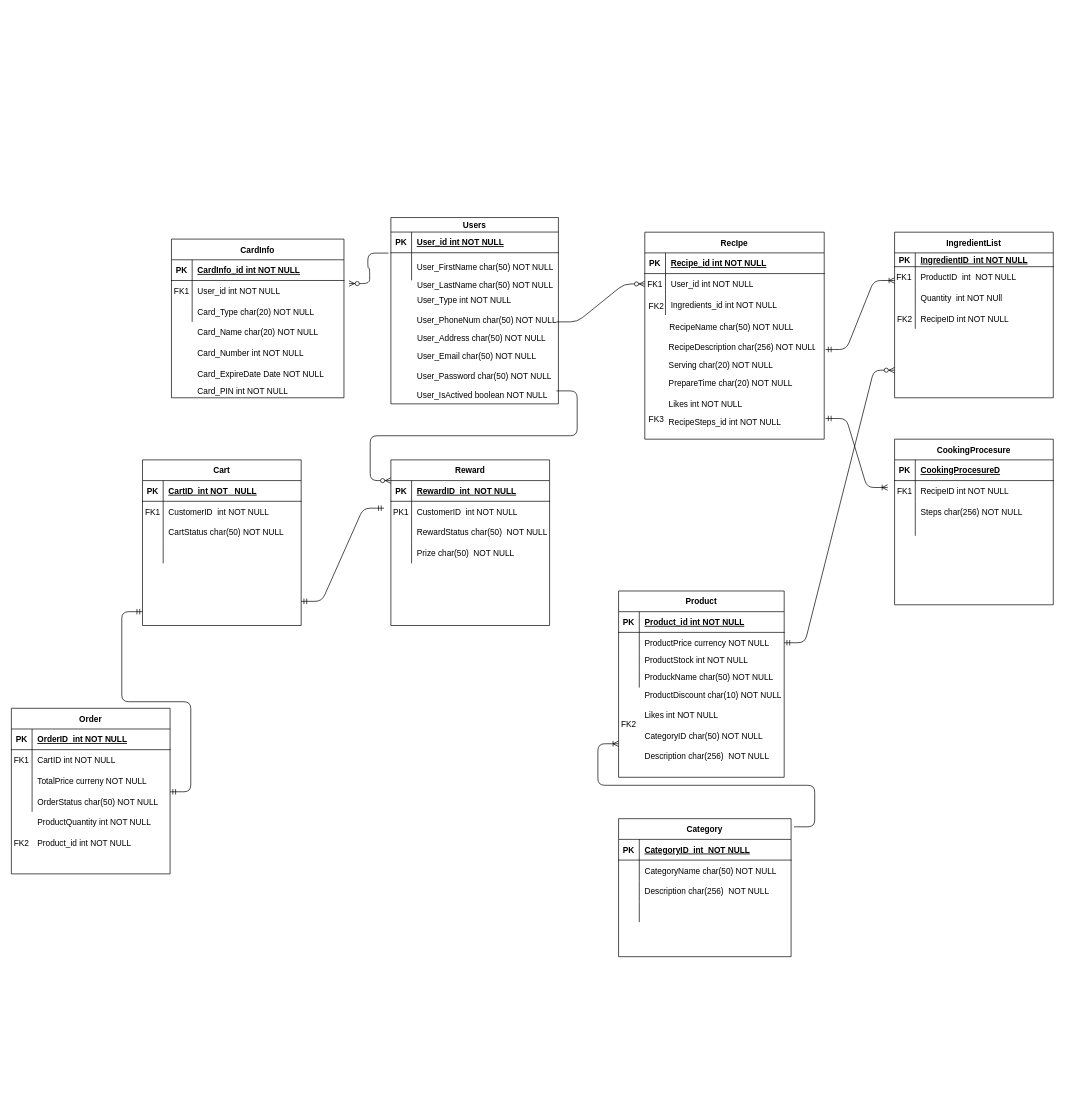
The draw.io diagram page "Page-1" (1 of 2) of ERD.drawio in Wavergg/721SoftwareEngineering, before the edit. Source tidied: cells renumbered, new cells numbered last; positions are measured from the earlier drawing's top-left corner, leaving out a move shared by most shapes. Both pictures are drawn from the tidied source at 69%, with x=0, y=0 at pixel (11, 217).
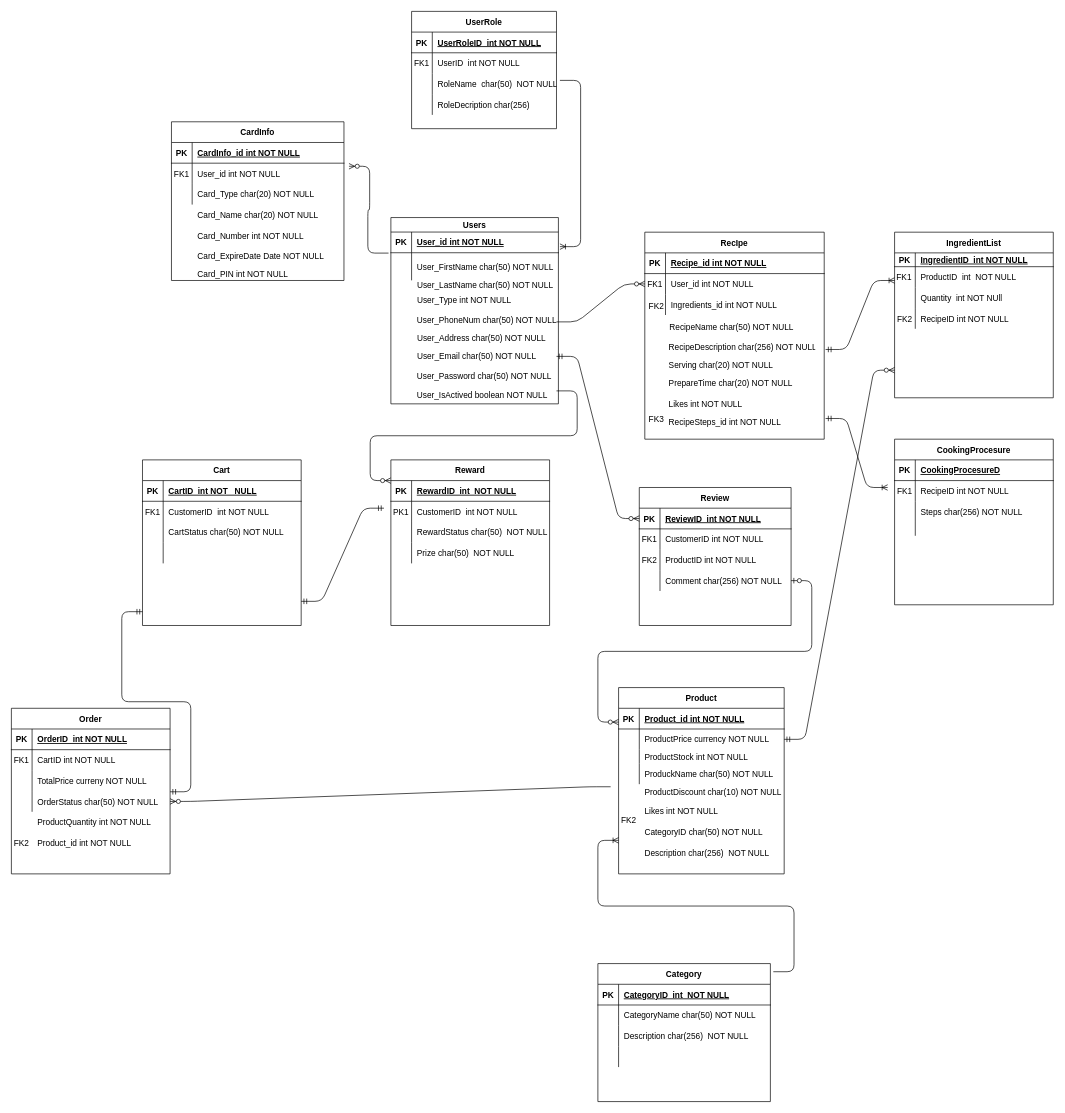
The same diagram, later.

Unchanged cells that the change refers to:
```xml
<mxCell id="30" style="shape=partialRectangle;fillColor=none;top=0;left=0;bottom=0;right=0;points=[[0,0.5],[1,0.5]];portConstraint=eastwest;" parent="20" vertex="1">
  <mxGeometry y="110" width="240" height="30" as="geometry" />
</mxCell>
<mxCell id="51" style="shape=partialRectangle;fillColor=none;top=0;left=0;bottom=0;right=0;points=[[0,0.5],[1,0.5]];portConstraint=eastwest;" parent="41" vertex="1">
  <mxGeometry y="120" width="230" height="30" as="geometry" />
</mxCell>
<mxCell id="121" style="shape=partialRectangle;fillColor=none;points=[[0,0.5],[1,0.5]];portConstraint=eastwest;top=0;left=0;right=0;bottom=0;" parent="117" vertex="1">
  <mxGeometry y="51" width="242.8" height="40" as="geometry" />
</mxCell>
```

Change to the diagram source:
```diff
@@
     <mxCell id="2" style="group;" parent="1" vertex="1">
-      <mxGeometry x="232" y="31" width="250" height="240" as="geometry" />
+      <mxGeometry x="232" y="-139" width="250" height="240" as="geometry" />
     </mxCell>
@@
     <mxCell id="19" style="group;" parent="1" vertex="1">
-      <mxGeometry x="880" y="531" width="270" height="270" as="geometry" />
+      <mxGeometry x="880" y="671" width="270" height="270" as="geometry" />
     </mxCell>
@@
+    <mxCell id="166" style="edgeStyle=entityRelationEdgeStyle;fontSize=12;html=1;endArrow=ERzeroToMany;startArrow=ERzeroToOne;exitX=1;exitY=0.5;exitDx=0;exitDy=0;" parent="19" edge="1" source="192">
+      <mxGeometry relative="1" as="geometry">
+        <mxPoint y="60" as="targetPoint" />
+      </mxGeometry>
+    </mxCell>
@@
     <mxCell id="130" value="Category" style="shape=table;startSize=30;childLayout=tableLayout;rowLines=0;fontStyle=1;align=center;" parent="1" vertex="1">
-      <mxGeometry x="880" y="871" width="250" height="200" as="geometry" />
+      <mxGeometry x="850" y="1081" width="250" height="200" as="geometry" />
     </mxCell>
@@
+    <mxCell id="167" value="UserRole" style="shape=table;startSize=30;childLayout=tableLayout;rowLines=0;fontStyle=1;align=center;" parent="1" vertex="1">
+      <mxGeometry x="580" y="-299" width="210" height="170" as="geometry" />
+    </mxCell>
+    <mxCell id="168" style="shape=partialRectangle;fillColor=none;top=0;left=0;bottom=1;right=0;" parent="167" vertex="1">
+      <mxGeometry y="30" width="210" height="30" as="geometry" />
+    </mxCell>
+    <mxCell id="169" value="PK" style="shape=partialRectangle;fillColor=none;top=0;left=0;bottom=0;right=0;fontStyle=1;overflow=hidden;" parent="168" vertex="1">
+      <mxGeometry width="30" height="30" as="geometry" />
+    </mxCell>
+    <mxCell id="170" value="UserRoleID  int NOT NULL" style="shape=partialRectangle;fillColor=none;top=0;left=0;bottom=0;right=0;align=left;spacingLeft=6;fontStyle=5;overflow=hidden;" parent="168" vertex="1">
+      <mxGeometry x="30" width="180" height="30" as="geometry" />
+    </mxCell>
+    <mxCell id="171" style="shape=partialRectangle;fillColor=none;top=0;left=0;bottom=0;right=0;" parent="167" vertex="1">
+      <mxGeometry y="60" width="210" height="30" as="geometry" />
+    </mxCell>
+    <mxCell id="172" value="FK1" style="shape=partialRectangle;fillColor=none;top=0;left=0;bottom=0;right=0;overflow=hidden;" parent="171" vertex="1">
+      <mxGeometry width="30" height="30" as="geometry" />
+    </mxCell>
+    <mxCell id="173" value="UserID  int NOT NULL" style="shape=partialRectangle;fillColor=none;top=0;left=0;bottom=0;right=0;align=left;spacingLeft=6;overflow=hidden;" parent="171" vertex="1">
+      <mxGeometry x="30" width="180" height="30" as="geometry" />
+    </mxCell>
+    <mxCell id="174" style="shape=partialRectangle;fillColor=none;top=0;left=0;bottom=0;right=0;" parent="167" vertex="1">
+      <mxGeometry y="90" width="210" height="30" as="geometry" />
+    </mxCell>
+    <mxCell id="175" style="shape=partialRectangle;fillColor=none;top=0;left=0;bottom=0;right=0;overflow=hidden;" parent="174" vertex="1">
+      <mxGeometry width="30" height="30" as="geometry" />
+    </mxCell>
+    <mxCell id="176" value="RoleName  char(50)  NOT NULL" style="shape=partialRectangle;fillColor=none;top=0;left=0;bottom=0;right=0;align=left;spacingLeft=6;overflow=hidden;" parent="174" vertex="1">
+      <mxGeometry x="30" width="180" height="30" as="geometry" />
+    </mxCell>
+    <mxCell id="177" style="shape=partialRectangle;fillColor=none;top=0;left=0;bottom=0;right=0;" parent="167" vertex="1">
+      <mxGeometry y="120" width="210" height="30" as="geometry" />
+    </mxCell>
+    <mxCell id="178" style="shape=partialRectangle;fillColor=none;top=0;left=0;bottom=0;right=0;overflow=hidden;" parent="177" vertex="1">
+      <mxGeometry width="30" height="30" as="geometry" />
+    </mxCell>
+    <mxCell id="179" value="RoleDecription char(256)" style="shape=partialRectangle;fillColor=none;top=0;left=0;bottom=0;right=0;align=left;spacingLeft=6;overflow=hidden;" parent="177" vertex="1">
+      <mxGeometry x="30" width="180" height="30" as="geometry" />
+    </mxCell>
+    <mxCell id="180" style="edgeStyle=entityRelationEdgeStyle;fontSize=12;html=1;endArrow=ERoneToMany;entryX=1.009;entryY=-0.221;entryDx=0;entryDy=0;entryPerimeter=0;" parent="1" edge="1" target="121">
+      <mxGeometry relative="1" as="geometry">
+        <mxPoint x="795" y="-199" as="sourcePoint" />
+      </mxGeometry>
+    </mxCell>
+    <mxCell id="181" style="edgeStyle=entityRelationEdgeStyle;fontSize=12;html=1;endArrow=ERzeroToMany;endFill=1;entryX=1;entryY=0.5;entryDx=0;entryDy=0;exitX=-0.048;exitY=1.124;exitDx=0;exitDy=0;exitPerimeter=0;" parent="1" edge="1" source="30" target="51">
+      <mxGeometry relative="1" as="geometry" />
+    </mxCell>
+    <mxCell id="182" value="Review" style="shape=table;startSize=30;childLayout=tableLayout;rowLines=0;fontStyle=1;align=center;" parent="1" vertex="1">
+      <mxGeometry x="910" y="391" width="220" height="200" as="geometry" />
+    </mxCell>
+    <mxCell id="183" style="shape=partialRectangle;fillColor=none;top=0;left=0;bottom=1;right=0;points=[[0,0.5],[1,0.5]];portConstraint=eastwest;" parent="182" vertex="1">
+      <mxGeometry y="30" width="220" height="30" as="geometry" />
+    </mxCell>
+    <mxCell id="184" value="PK" style="shape=partialRectangle;fillColor=none;top=0;left=0;bottom=0;right=0;fontStyle=1;overflow=hidden;" parent="183" vertex="1">
+      <mxGeometry width="30" height="30" as="geometry" />
+    </mxCell>
+    <mxCell id="185" value="ReviewID  int NOT NULL" style="shape=partialRectangle;fillColor=none;top=0;left=0;bottom=0;right=0;align=left;spacingLeft=6;fontStyle=5;overflow=hidden;" parent="183" vertex="1">
+      <mxGeometry x="30" width="190" height="30" as="geometry" />
+    </mxCell>
+    <mxCell id="186" style="shape=partialRectangle;fillColor=none;top=0;left=0;bottom=0;right=0;" parent="182" vertex="1">
+      <mxGeometry y="60" width="220" height="30" as="geometry" />
+    </mxCell>
+    <mxCell id="187" value="FK1" style="shape=partialRectangle;fillColor=none;top=0;left=0;bottom=0;right=0;overflow=hidden;" parent="186" vertex="1">
+      <mxGeometry width="30" height="30" as="geometry" />
+    </mxCell>
+    <mxCell id="188" value="CustomerID int NOT NULL" style="shape=partialRectangle;fillColor=none;top=0;left=0;bottom=0;right=0;align=left;spacingLeft=6;overflow=hidden;" parent="186" vertex="1">
+      <mxGeometry x="30" width="190" height="30" as="geometry" />
+    </mxCell>
+    <mxCell id="189" style="shape=partialRectangle;fillColor=none;top=0;left=0;bottom=0;right=0;" parent="182" vertex="1">
+      <mxGeometry y="90" width="220" height="30" as="geometry" />
+    </mxCell>
+    <mxCell id="190" value="FK2" style="shape=partialRectangle;fillColor=none;top=0;left=0;bottom=0;right=0;overflow=hidden;" parent="189" vertex="1">
+      <mxGeometry width="30" height="30" as="geometry" />
+    </mxCell>
+    <mxCell id="191" value="ProductID int NOT NULL" style="shape=partialRectangle;fillColor=none;top=0;left=0;bottom=0;right=0;align=left;spacingLeft=6;overflow=hidden;" parent="189" vertex="1">
+      <mxGeometry x="30" width="190" height="30" as="geometry" />
+    </mxCell>
+    <mxCell id="192" style="shape=partialRectangle;fillColor=none;top=0;left=0;bottom=0;right=0;points=[[0,0.5],[1,0.5]];portConstraint=eastwest;" parent="182" vertex="1">
+      <mxGeometry y="120" width="220" height="30" as="geometry" />
+    </mxCell>
+    <mxCell id="193" style="shape=partialRectangle;fillColor=none;top=0;left=0;bottom=0;right=0;overflow=hidden;" parent="192" vertex="1">
+      <mxGeometry width="30" height="30" as="geometry" />
+    </mxCell>
+    <mxCell id="194" value="Comment char(256) NOT NULL" style="shape=partialRectangle;fillColor=none;top=0;left=0;bottom=0;right=0;align=left;spacingLeft=6;overflow=hidden;" parent="192" vertex="1">
+      <mxGeometry x="30" width="190" height="30" as="geometry" />
+    </mxCell>
+    <mxCell id="195" style="edgeStyle=entityRelationEdgeStyle;fontSize=12;html=1;endArrow=ERzeroToMany;startArrow=ERmandOne;entryX=0;entryY=0.5;entryDx=0;entryDy=0;" parent="1" edge="1" target="183">
+      <mxGeometry relative="1" as="geometry">
+        <mxPoint x="790" y="201" as="sourcePoint" />
+      </mxGeometry>
+    </mxCell>
```
